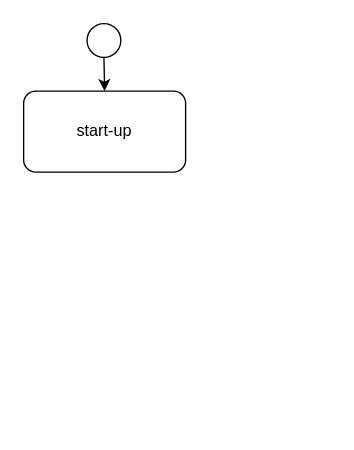
Above: stateDiagramMaintenanceInterface.drawio in justn0thinghere/drawio (draw.io), before the change. Source tidied: cells renumbered, new cells numbered last; positions are measured from the earlier drawing's top-left corner, leaving out a move shared by most shapes. Both pictures are drawn from the tidied source at 135%, with x=0, y=0 at pixel (23, 23).
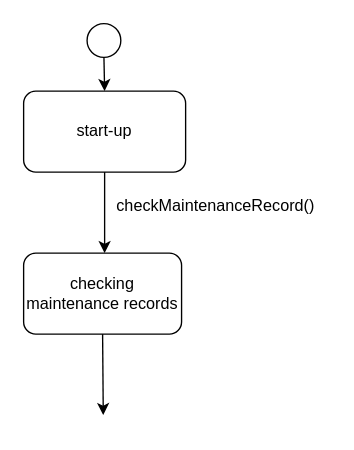
The same page after the edit.

Diff of the diagram source:
```diff
@@
 <mxGraphModel>
   <root>
     <mxCell id="0" />
     <mxCell id="1" parent="0" />
     <mxCell id="2" style="ellipse;whiteSpace=wrap;html=1;" parent="1" vertex="1">
       <mxGeometry x="47" width="25" height="25" as="geometry" />
     </mxCell>
     <mxCell id="3" style="endArrow=classic;html=1;rounded=0;exitX=0.5;exitY=1;exitDx=0;exitDy=0;" parent="1" edge="1" source="2">
       <mxGeometry relative="1" as="geometry">
         <mxPoint x="60" y="50" as="targetPoint" />
       </mxGeometry>
     </mxCell>
     <mxCell id="4" value="start-up" style="rounded=1;whiteSpace=wrap;html=1;" parent="1" vertex="1">
       <mxGeometry y="50" width="120" height="60" as="geometry" />
     </mxCell>
+    <mxCell id="5" style="endArrow=classic;html=1;rounded=0;exitX=0.5;exitY=1;exitDx=0;exitDy=0;" parent="1" edge="1" source="4">
+      <mxGeometry relative="1" as="geometry">
+        <mxPoint x="60" y="170" as="targetPoint" />
+      </mxGeometry>
+    </mxCell>
+    <mxCell id="6" value="checking maintenance records" style="rounded=1;whiteSpace=wrap;html=1;" parent="1" vertex="1">
+      <mxGeometry y="170" width="117" height="60" as="geometry" />
+    </mxCell>
+    <mxCell id="7" value="checkMaintenanceRecord()" style="text;html=1;align=center;verticalAlign=middle;strokeColor=none;fillColor=none;" parent="1" vertex="1">
+      <mxGeometry x="57" y="120" width="170" height="30" as="geometry" />
+    </mxCell>
+    <mxCell id="8" style="endArrow=classic;html=1;rounded=0;exitX=0.5;exitY=1;exitDx=0;exitDy=0;" parent="1" edge="1" source="6">
+      <mxGeometry relative="1" as="geometry">
+        <mxPoint x="59" y="290" as="targetPoint" />
+      </mxGeometry>
+    </mxCell>
   </root>
 </mxGraphModel>
```
